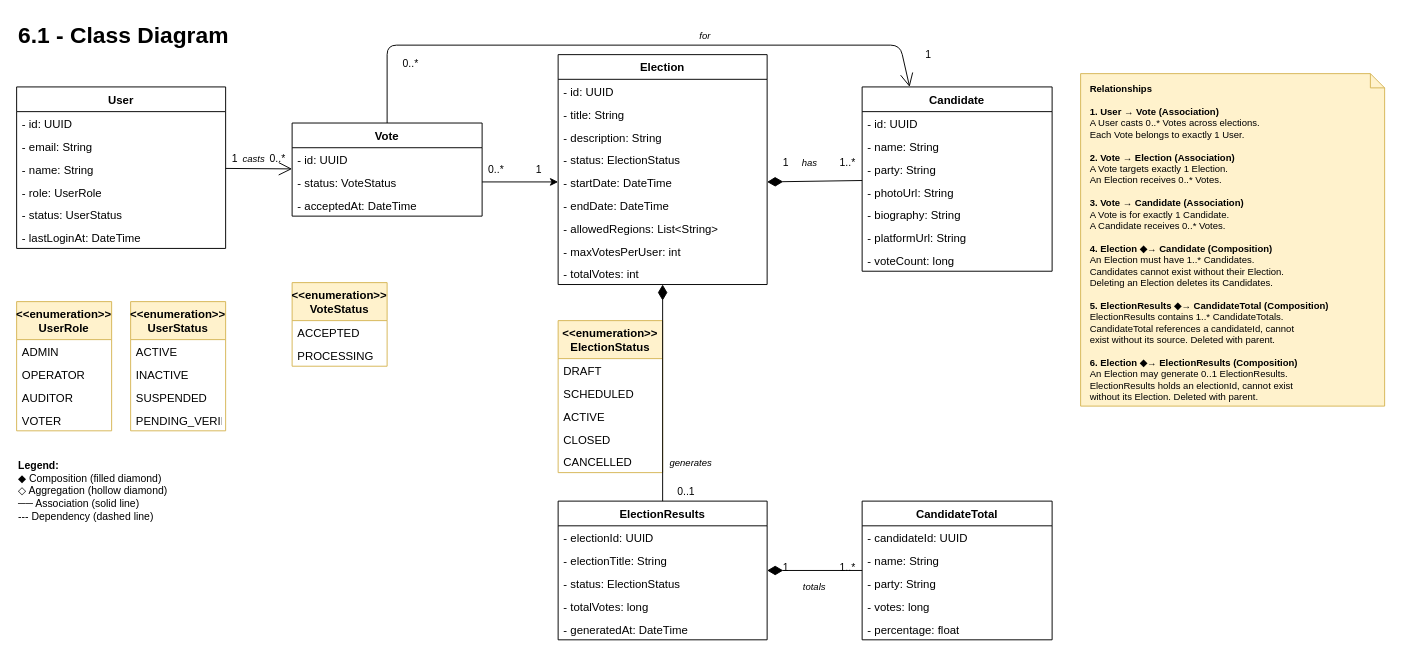
The draw.io diagram page "Class Diagram" (2 of 3) of kata-v1.drawio in diegoumpierre/vote-system, before the edit. Source tidied: cells renumbered, new cells numbered last; positions are measured from the earlier drawing's top-left corner, leaving out a move shared by most shapes. Both pictures are drawn from the tidied source at 95%, with x=0, y=0 at pixel (16, 16).
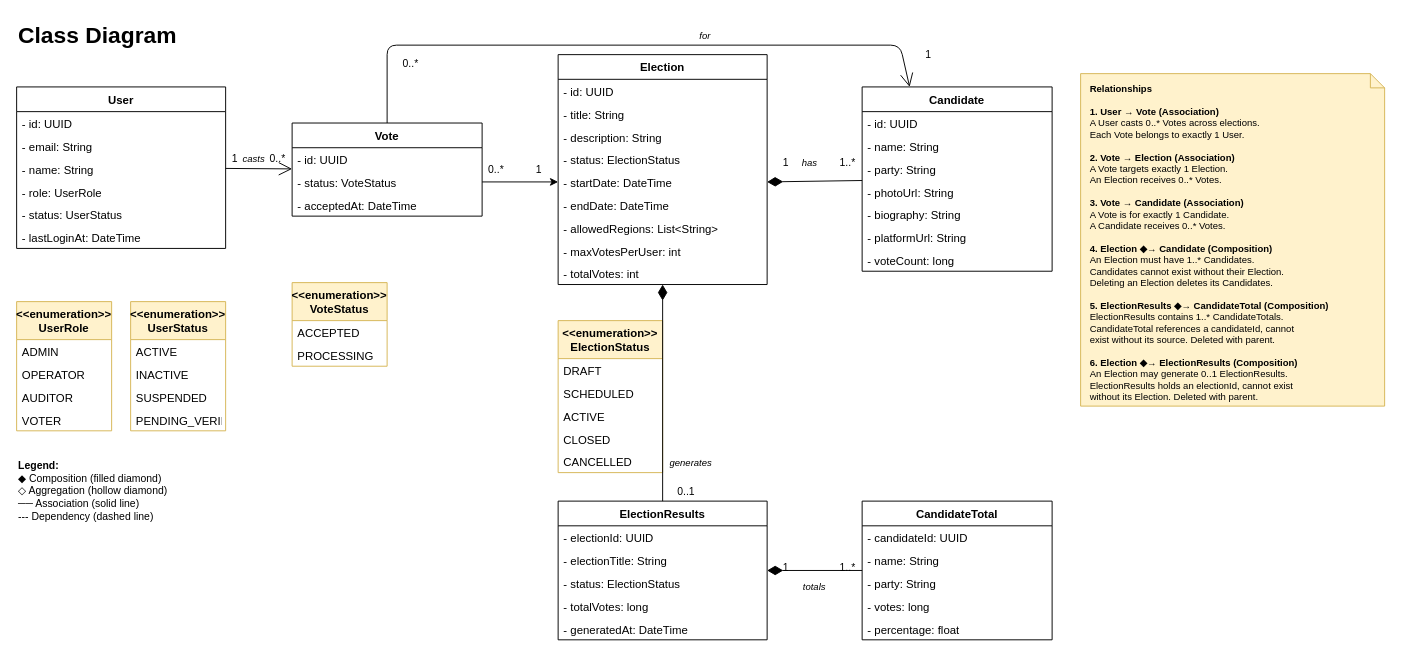
Above is the later version.

Commit message:
Sequence diagram.

The edit, as a diff of the source:
```diff
@@
-    <mxCell id="2" value="6.1 - Class Diagram" style="text;html=1;strokeColor=none;fillColor=none;align=left;verticalAlign=middle;whiteSpace=wrap;rounded=0;fontSize=24;fontStyle=1;" parent="1" vertex="1">
+    <mxCell id="2" value="Class Diagram" style="text;html=1;strokeColor=none;fillColor=none;align=left;verticalAlign=middle;whiteSpace=wrap;rounded=0;fontSize=24;fontStyle=1;" parent="1" vertex="1">
       <mxGeometry width="400" height="40" as="geometry" />
     </mxCell>
```
